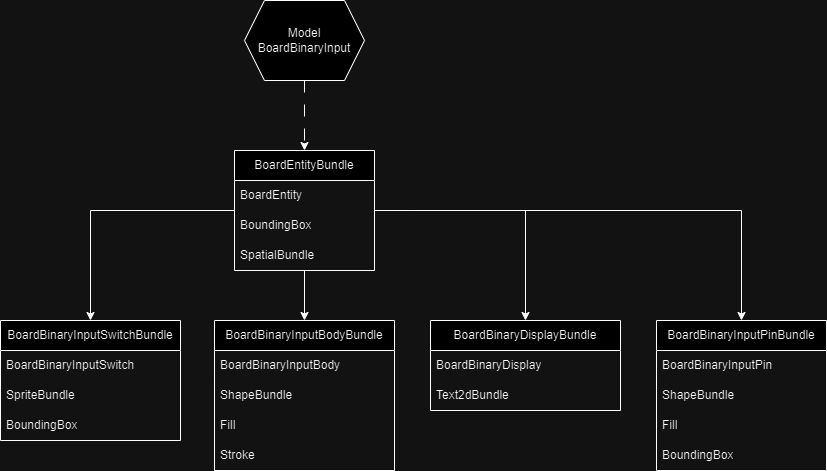
Before: docs/BoardBinaryInput.png, a diagram exported from draw.io (tensoid/logics). Source tidied: cells renumbered, new cells last; positions are measured from the earlier drawing's top-left corner, leaving out a move shared by most shapes.
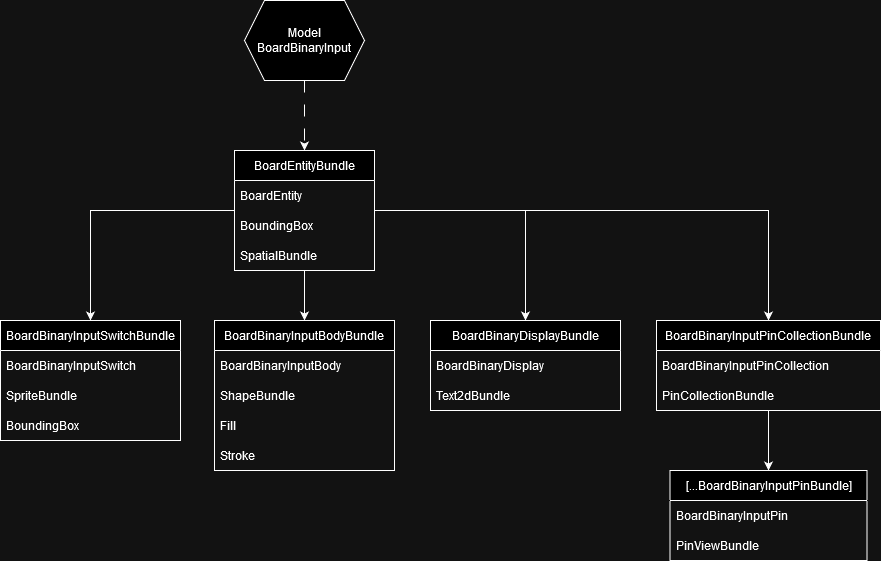
The same file after the commit.

What changed in the source:
```diff
@@ -68,20 +68,26 @@
     <mxCell id="23" value="Text2dBundle" style="text;strokeColor=none;fillColor=none;align=left;verticalAlign=middle;spacingLeft=4;spacingRight=4;overflow=hidden;whiteSpace=wrap;html=1;" parent="21" vertex="1">
       <mxGeometry y="60" width="190" height="30" as="geometry" />
     </mxCell>
+    <mxCell id="29" style="edgeStyle=orthogonalEdgeStyle;rounded=0;jettySize=auto;html=1;" parent="1" edge="1" source="24" target="30">
+      <mxGeometry relative="1" as="geometry" />
+    </mxCell>
-    <mxCell id="24" value="BoardBinaryInputPinBundle" style="swimlane;fontStyle=0;horizontal=1;startSize=30;whiteSpace=wrap;html=1;" parent="1" vertex="1">
-      <mxGeometry x="656" y="320" width="170" height="150" as="geometry" />
+    <mxCell id="24" value="BoardBinaryInputPinCollectionBundle" style="swimlane;fontStyle=0;horizontal=1;startSize=30;whiteSpace=wrap;html=1;" parent="1" vertex="1">
+      <mxGeometry x="656" y="320" width="224" height="90" as="geometry" />
     </mxCell>
-    <mxCell id="25" value="&lt;div&gt;BoardBinaryInputPin&lt;/div&gt;" style="text;strokeColor=none;fillColor=none;align=left;verticalAlign=middle;spacingLeft=4;spacingRight=4;overflow=hidden;whiteSpace=wrap;html=1;" parent="24" vertex="1">
-      <mxGeometry y="30" width="170" height="30" as="geometry" />
+    <mxCell id="25" value="&lt;div&gt;BoardBinaryInputPinCollection&lt;/div&gt;" style="text;strokeColor=none;fillColor=none;align=left;verticalAlign=middle;spacingLeft=4;spacingRight=4;overflow=hidden;whiteSpace=wrap;html=1;" parent="24" vertex="1">
+      <mxGeometry y="30" width="224" height="30" as="geometry" />
     </mxCell>
-    <mxCell id="26" value="ShapeBundle" style="text;strokeColor=none;fillColor=none;align=left;verticalAlign=middle;spacingLeft=4;spacingRight=4;overflow=hidden;whiteSpace=wrap;html=1;" parent="24" vertex="1">
-      <mxGeometry y="60" width="170" height="30" as="geometry" />
+    <mxCell id="26" value="PinCollectionBundle" style="text;strokeColor=none;fillColor=none;align=left;verticalAlign=middle;spacingLeft=4;spacingRight=4;overflow=hidden;whiteSpace=wrap;html=1;" parent="24" vertex="1">
+      <mxGeometry y="60" width="224" height="30" as="geometry" />
     </mxCell>
-    <mxCell id="27" value="Fill" style="text;strokeColor=none;fillColor=none;align=left;verticalAlign=middle;spacingLeft=4;spacingRight=4;overflow=hidden;whiteSpace=wrap;html=1;" parent="24" vertex="1">
-      <mxGeometry y="90" width="170" height="30" as="geometry" />
-    </mxCell>
-    <mxCell id="28" value="BoundingBox" style="text;strokeColor=none;fillColor=none;align=left;verticalAlign=middle;spacingLeft=4;spacingRight=4;overflow=hidden;whiteSpace=wrap;html=1;" parent="24" vertex="1">
-      <mxGeometry y="120" width="170" height="30" as="geometry" />
-    </mxCell>
+    <mxCell id="30" value="[...BoardBinaryInputPinBundle]" style="swimlane;fontStyle=0;horizontal=1;startSize=30;whiteSpace=wrap;html=1;" parent="1" vertex="1">
+      <mxGeometry x="669.5" y="470" width="197" height="90" as="geometry" />
+    </mxCell>
+    <mxCell id="31" value="&lt;div&gt;BoardBinaryInputPin&lt;/div&gt;" style="text;strokeColor=none;fillColor=none;align=left;verticalAlign=middle;spacingLeft=4;spacingRight=4;overflow=hidden;whiteSpace=wrap;html=1;" parent="30" vertex="1">
+      <mxGeometry y="30" width="197" height="30" as="geometry" />
+    </mxCell>
+    <mxCell id="32" value="PinViewBundle" style="text;strokeColor=none;fillColor=none;align=left;verticalAlign=middle;spacingLeft=4;spacingRight=4;overflow=hidden;whiteSpace=wrap;html=1;" parent="30" vertex="1">
+      <mxGeometry y="60" width="197" height="30" as="geometry" />
+    </mxCell>
   </root>
 </mxGraphModel>
```
